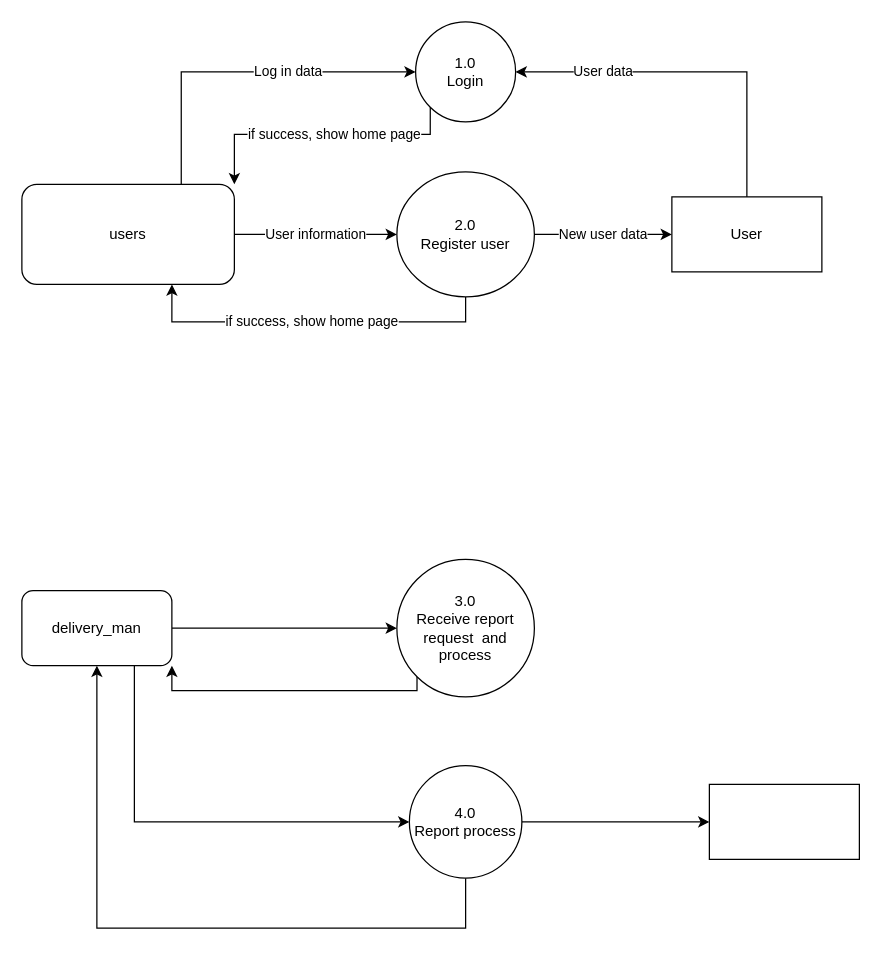
YeMyat144/DFD_ER keeps this draw.io diagram as page "Login" (1 of 7) of health.drawio. Above is the earlier version. Source tidied: cells renumbered, new cells numbered last; positions are measured from the earlier drawing's top-left corner, leaving out a move shared by most shapes. Both pictures are drawn from the tidied source at 125%, with x=0, y=0 at pixel (21, 21).
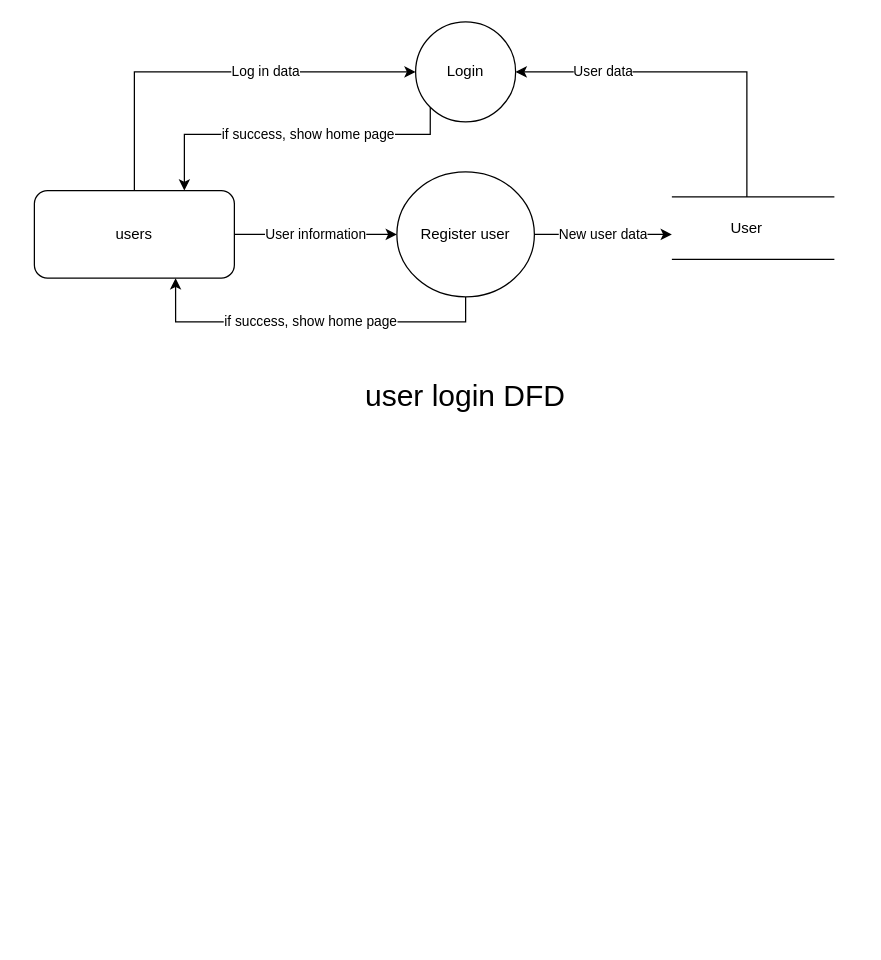
The same diagram, later.

What changed in the source:
```diff
@@
-    <mxCell id="2" value="if success, show home page" style="edgeStyle=orthogonalEdgeStyle;rounded=0;jettySize=auto;html=1;exitX=0;exitY=1;exitDx=0;exitDy=0;entryX=1;entryY=0;entryDx=0;entryDy=0;" parent="1" edge="1" source="3" target="6">
+    <mxCell id="2" value="if success, show home page" style="edgeStyle=orthogonalEdgeStyle;rounded=0;jettySize=auto;html=1;exitX=0;exitY=1;exitDx=0;exitDy=0;entryX=0.75;entryY=0;entryDx=0;entryDy=0;" parent="1" edge="1" source="3" target="6">
       <mxGeometry x="-0.1" relative="1" as="geometry">
         <Array as="points">
           <mxPoint x="327" y="90" />
-          <mxPoint x="170" y="90" />
+          <mxPoint x="130" y="90" />
         </Array>
       </mxGeometry>
     </mxCell>
-    <mxCell id="3" value="1.0&lt;br&gt;Login" style="ellipse;whiteSpace=wrap;html=1;" parent="1" vertex="1">
+    <mxCell id="3" value="Login" style="ellipse;whiteSpace=wrap;html=1;" parent="1" vertex="1">
       <mxGeometry x="315" width="80" height="80" as="geometry" />
     </mxCell>
-    <mxCell id="4" value="2.0&lt;br&gt;Register user" style="ellipse;whiteSpace=wrap;html=1;" parent="1" vertex="1">
+    <mxCell id="4" value="Register user" style="ellipse;whiteSpace=wrap;html=1;" parent="1" vertex="1">
       <mxGeometry x="300" y="120" width="110" height="100" as="geometry" />
     </mxCell>
-    <mxCell id="5" value="Log in data" style="edgeStyle=orthogonalEdgeStyle;rounded=0;jettySize=auto;html=1;exitX=0.75;exitY=0;exitDx=0;exitDy=0;entryX=0;entryY=0.5;entryDx=0;entryDy=0;" parent="1" edge="1" source="6" target="3">
-      <mxGeometry x="0.26" relative="1" as="geometry" />
+    <mxCell id="5" value="Log in data" style="edgeStyle=orthogonalEdgeStyle;rounded=0;jettySize=auto;html=1;exitX=0.532;exitY=0.016;exitDx=0;exitDy=0;entryX=0;entryY=0.5;entryDx=0;entryDy=0;exitPerimeter=0;" parent="1" edge="1" source="6" target="3">
+      <mxGeometry x="0.26" relative="1" as="geometry">
+        <Array as="points">
+          <mxPoint x="90" y="130" />
+          <mxPoint x="90" y="130" />
+          <mxPoint x="90" y="40" />
+        </Array>
+      </mxGeometry>
     </mxCell>
     <mxCell id="6" value="&lt;font style=&quot;font-size: 12px;&quot;&gt;users&lt;/font&gt;" style="rounded=1;whiteSpace=wrap;html=1;" parent="1" vertex="1">
-      <mxGeometry y="130" width="170" height="80" as="geometry" />
+      <mxGeometry x="10" y="135" width="160" height="70" as="geometry" />
     </mxCell>
-    <mxCell id="7" style="edgeStyle=orthogonalEdgeStyle;rounded=0;jettySize=auto;html=1;exitX=0;exitY=1;exitDx=0;exitDy=0;entryX=1;entryY=1;entryDx=0;entryDy=0;" parent="1" edge="1" source="8" target="14">
-      <mxGeometry relative="1" as="geometry">
-        <Array as="points">
-          <mxPoint x="316" y="535" />
-          <mxPoint x="120" y="535" />
-        </Array>
-      </mxGeometry>
-    </mxCell>
-    <mxCell id="8" value="3.0&lt;br&gt;Receive report request&amp;nbsp; and process" style="ellipse;whiteSpace=wrap;html=1;" parent="1" vertex="1">
-      <mxGeometry x="300" y="430" width="110" height="110" as="geometry" />
-    </mxCell>
-    <mxCell id="9" style="edgeStyle=orthogonalEdgeStyle;rounded=0;jettySize=auto;html=1;exitX=0.5;exitY=1;exitDx=0;exitDy=0;" parent="1" edge="1" source="11" target="14">
-      <mxGeometry relative="1" as="geometry">
-        <Array as="points">
-          <mxPoint x="355" y="725" />
-          <mxPoint x="60" y="725" />
-        </Array>
-      </mxGeometry>
-    </mxCell>
-    <mxCell id="10" style="edgeStyle=orthogonalEdgeStyle;rounded=0;jettySize=auto;html=1;exitX=1;exitY=0.5;exitDx=0;exitDy=0;entryX=0;entryY=0.5;entryDx=0;entryDy=0;" parent="1" edge="1" source="11" target="20">
-      <mxGeometry relative="1" as="geometry" />
-    </mxCell>
-    <mxCell id="11" value="4.0&lt;br&gt;Report process" style="ellipse;whiteSpace=wrap;html=1;" parent="1" vertex="1">
-      <mxGeometry x="310" y="595" width="90" height="90" as="geometry" />
-    </mxCell>
-    <mxCell id="12" style="edgeStyle=orthogonalEdgeStyle;rounded=0;jettySize=auto;html=1;exitX=0.75;exitY=1;exitDx=0;exitDy=0;entryX=0;entryY=0.5;entryDx=0;entryDy=0;" parent="1" edge="1" source="14" target="11">
-      <mxGeometry relative="1" as="geometry" />
-    </mxCell>
-    <mxCell id="13" style="edgeStyle=orthogonalEdgeStyle;rounded=0;jettySize=auto;html=1;exitX=1;exitY=0.5;exitDx=0;exitDy=0;" parent="1" edge="1" source="14" target="8">
-      <mxGeometry relative="1" as="geometry" />
-    </mxCell>
-    <mxCell id="14" value="delivery_man" style="rounded=1;whiteSpace=wrap;html=1;" parent="1" vertex="1">
-      <mxGeometry y="455" width="120" height="60" as="geometry" />
-    </mxCell>
@@
-    <mxCell id="17" value="User data" style="edgeStyle=orthogonalEdgeStyle;rounded=0;jettySize=auto;html=1;exitX=0.5;exitY=0;exitDx=0;exitDy=0;entryX=1;entryY=0.5;entryDx=0;entryDy=0;" parent="1" edge="1" source="18" target="3">
-      <mxGeometry x="0.51" relative="1" as="geometry" />
+    <mxCell id="17" value="User data" style="edgeStyle=orthogonalEdgeStyle;rounded=0;jettySize=auto;html=1;exitX=0.5;exitY=0;exitDx=0;exitDy=0;entryX=1;entryY=0.5;entryDx=0;entryDy=0;" parent="1" edge="1" target="3">
+      <mxGeometry x="0.51" relative="1" as="geometry">
+        <mxPoint x="580" y="140" as="sourcePoint" />
+        <Array as="points">
+          <mxPoint x="580" y="40" />
+        </Array>
+      </mxGeometry>
     </mxCell>
+    <mxCell id="19" value="New user data" style="edgeStyle=orthogonalEdgeStyle;rounded=0;jettySize=auto;html=1;exitX=1;exitY=0.5;exitDx=0;exitDy=0;entryX=0;entryY=0.5;entryDx=0;entryDy=0;" parent="1" edge="1" source="4">
+      <mxGeometry relative="1" as="geometry">
+        <mxPoint x="520" y="170" as="targetPoint" />
+      </mxGeometry>
+    </mxCell>
-    <mxCell id="18" value="User" style="rounded=0;whiteSpace=wrap;html=1;shadow=0;" parent="1" vertex="1">
-      <mxGeometry x="520" y="140" width="120" height="60" as="geometry" />
+    <mxCell id="18" value="User" style="text;html=1;align=center;verticalAlign=middle;whiteSpace=wrap;rounded=0;" parent="1" vertex="1">
+      <mxGeometry x="550" y="150" width="60" height="30" as="geometry" />
     </mxCell>
-    <mxCell id="19" value="New user data" style="edgeStyle=orthogonalEdgeStyle;rounded=0;jettySize=auto;html=1;exitX=1;exitY=0.5;exitDx=0;exitDy=0;entryX=0;entryY=0.5;entryDx=0;entryDy=0;" parent="1" edge="1" source="4" target="18">
-      <mxGeometry relative="1" as="geometry" />
-    </mxCell>
-    <mxCell id="20" style="rounded=0;whiteSpace=wrap;html=1;" parent="1" vertex="1">
-      <mxGeometry x="550" y="610" width="120" height="60" as="geometry" />
-    </mxCell>
+    <mxCell id="21" style="endArrow=none;html=1;rounded=0;" parent="1" edge="1">
+      <mxGeometry relative="1" as="geometry">
+        <mxPoint x="520" y="140" as="sourcePoint" />
+        <mxPoint x="650" y="140" as="targetPoint" />
+      </mxGeometry>
+    </mxCell>
+    <mxCell id="22" style="endArrow=none;html=1;rounded=0;" parent="1" edge="1">
+      <mxGeometry relative="1" as="geometry">
+        <mxPoint x="520" y="190" as="sourcePoint" />
+        <mxPoint x="650" y="190" as="targetPoint" />
+      </mxGeometry>
+    </mxCell>
+    <mxCell id="23" value="user login DFD" style="text;html=1;align=center;verticalAlign=middle;whiteSpace=wrap;rounded=0;fontSize=24;" parent="1" vertex="1">
+      <mxGeometry x="265" y="280" width="180" height="40" as="geometry" />
+    </mxCell>
```
